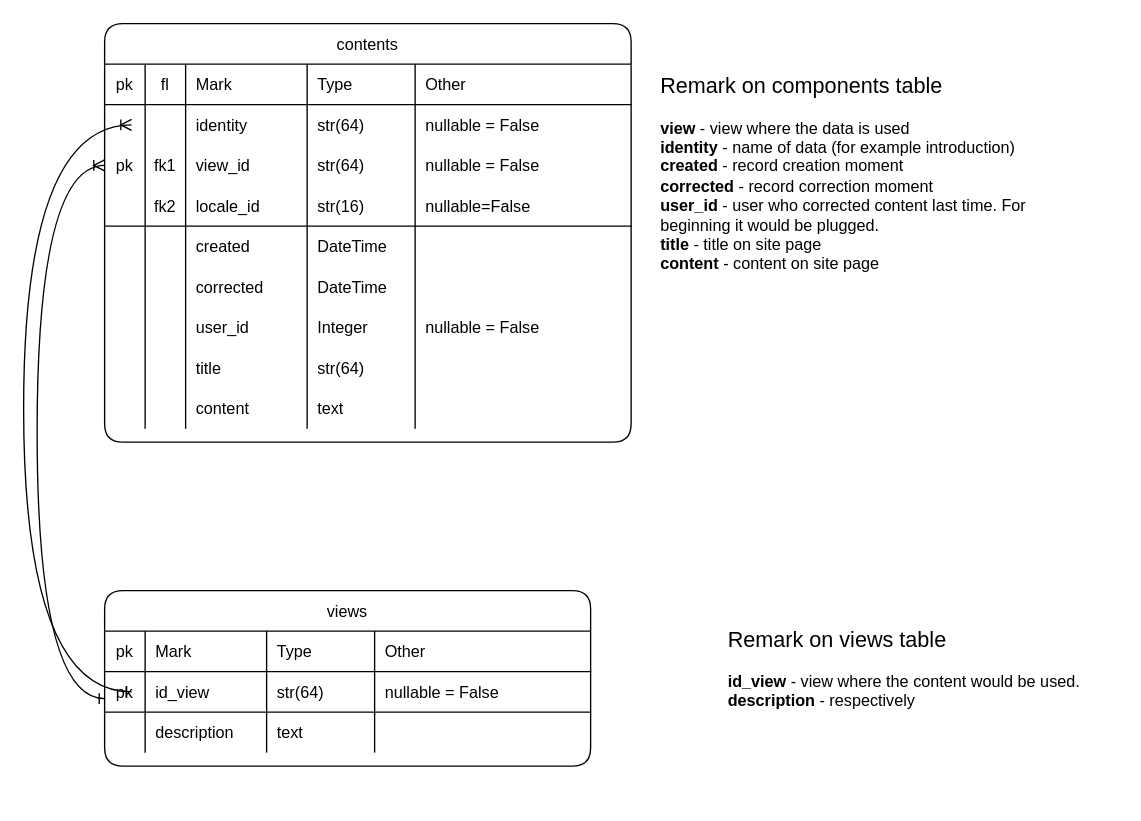
Above: page "contents table" (4 of 10) of market-coffee.drawio in Sergey190309/220415-market-caffee (draw.io), before the change. Source tidied: cells renumbered, new cells numbered last; positions are measured from the earlier drawing's top-left corner, leaving out a move shared by most shapes. Both pictures are drawn from the tidied source at 135%, with x=0, y=0 at pixel (23, 23).
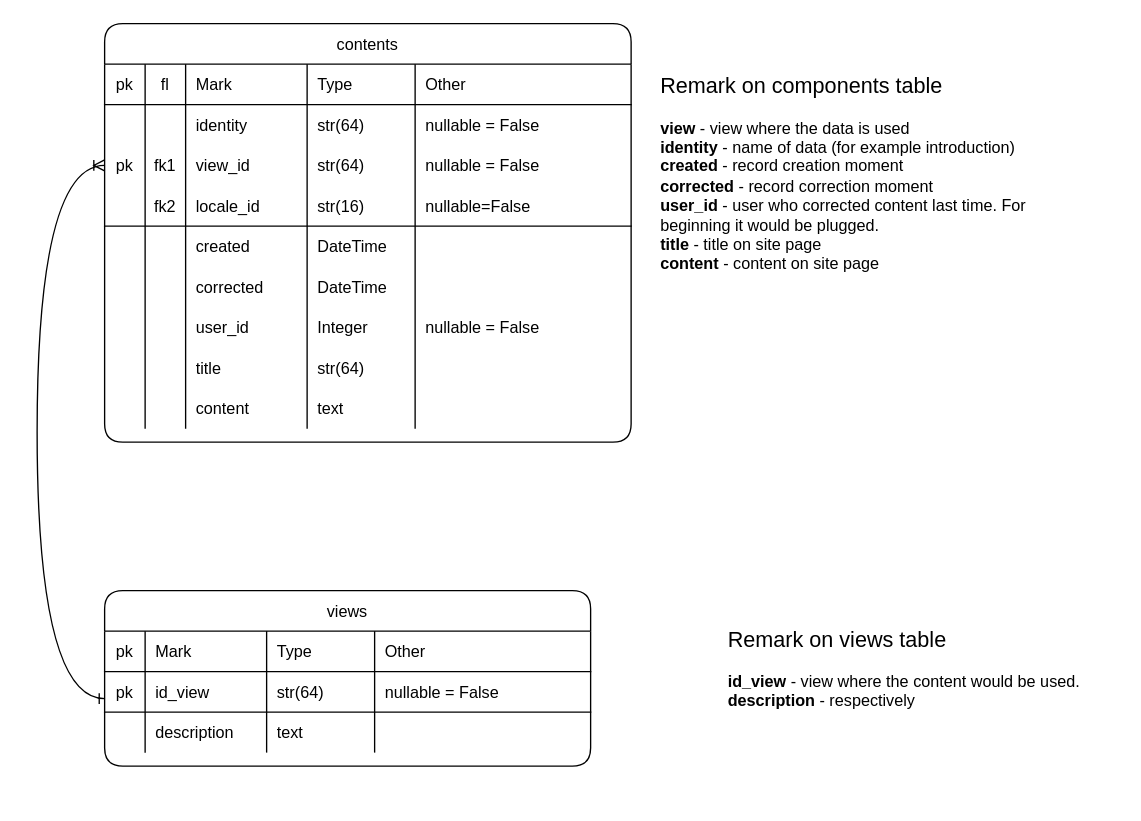
Above is the later version.

What changed in the source:
```diff
@@
-    <mxCell id="77" style="edgeStyle=orthogonalEdgeStyle;rounded=0;orthogonalLoop=1;jettySize=auto;html=1;curved=1;endArrow=ERoneToMany;endFill=0;startArrow=ERone;startFill=0;exitX=0;exitY=0.5;exitDx=0;exitDy=0;entryX=0;entryY=0.5;entryDx=0;entryDy=0;" parent="76" edge="1">
-      <mxGeometry relative="1" as="geometry">
-        <mxPoint x="80" y="495" as="sourcePoint" />
-        <mxPoint x="80" y="75" as="targetPoint" />
-        <Array as="points">
-          <mxPoint y="495" />
-          <mxPoint y="75" />
-        </Array>
-      </mxGeometry>
-    </mxCell>
```
